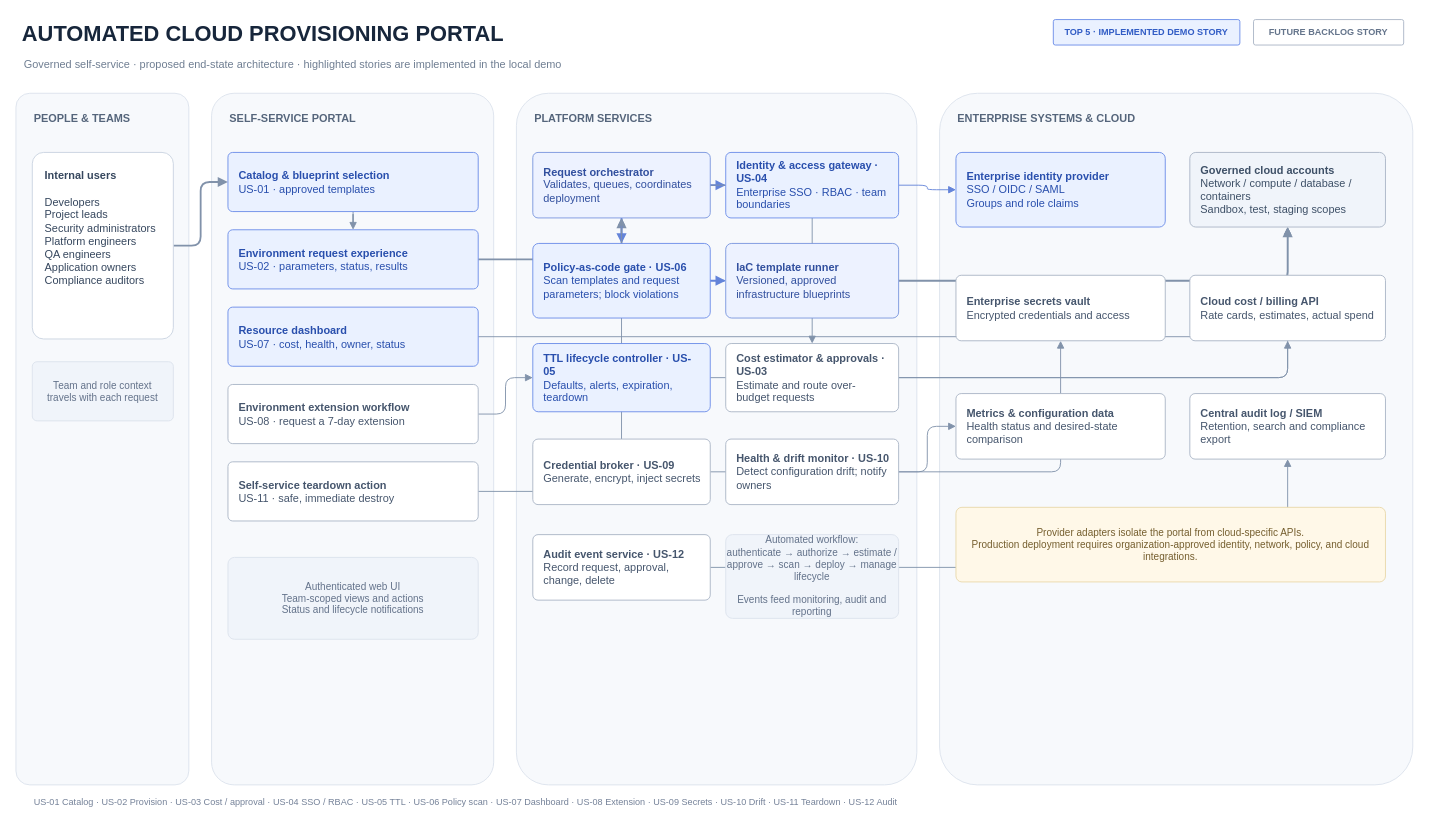
Earlier version of the draw.io diagram Automated Cloud Provisioning Portal Demo/architecture.drawio (RajavelBala/rb_personal_repo). Source tidied: cells renumbered, new cells numbered last; positions are measured from the earlier drawing's top-left corner, leaving out a move shared by most shapes. Both pictures are drawn from the tidied source at 91%, with x=0, y=0 at pixel (15, 15).
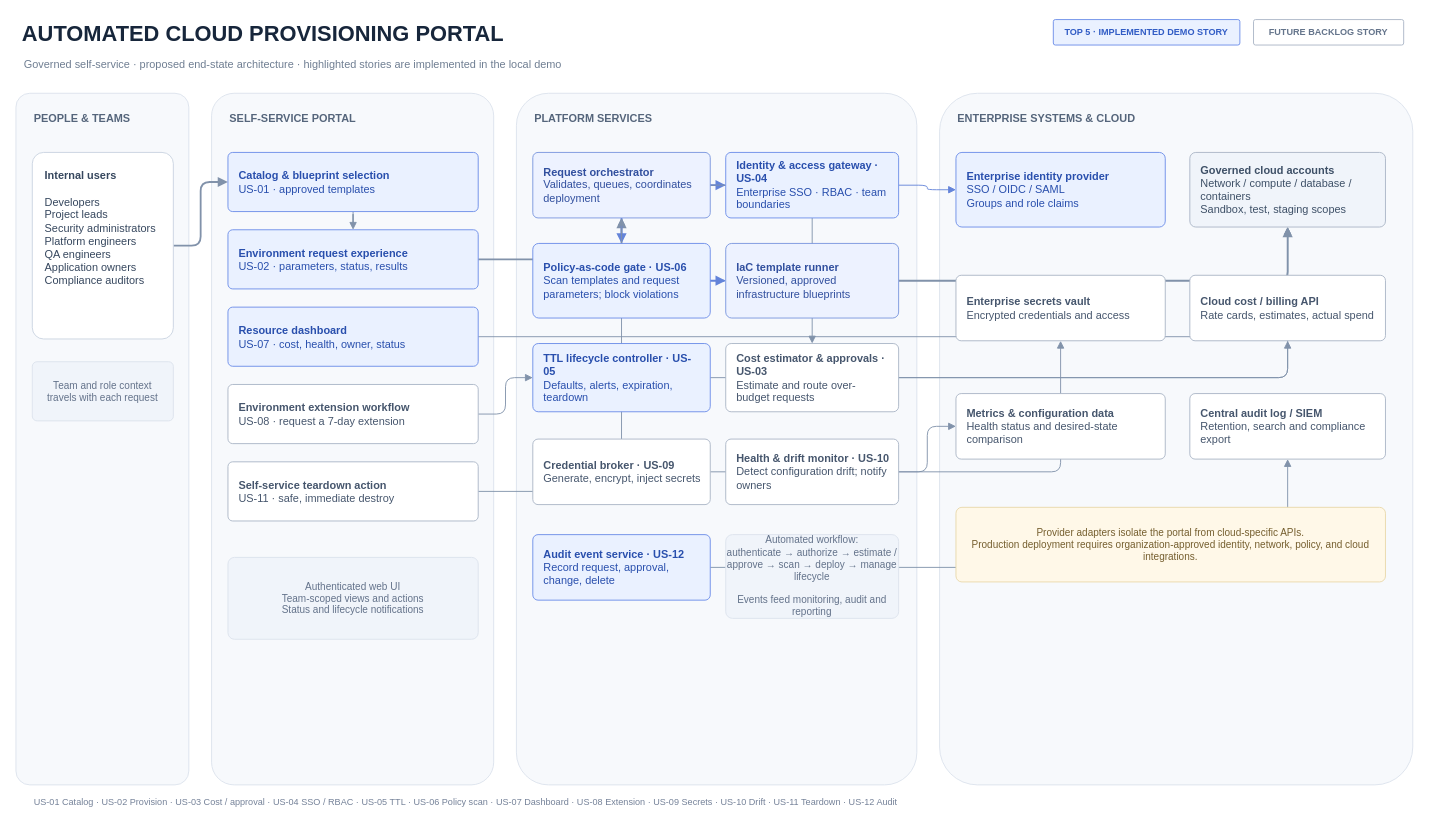
After the change.

Commit message (it also covers changes not shown here):
1.1.1. US-12: System Audit Logging & Compliance Reporting

Diff of the diagram source:
```diff
@@
-    <mxCell id="47" value="&lt;b&gt;Audit event service · US-12&lt;/b&gt;&lt;br&gt;Record request, approval, change, delete" style="rounded=1;whiteSpace=wrap;html=1;fillColor=#FFFFFF;strokeColor=#AAB6C6;fontColor=#46566D;fontSize=12;align=left;spacing=12;arcSize=8;" parent="1" vertex="1">
+    <mxCell id="47" value="&lt;b&gt;Audit event service · US-12&lt;/b&gt;&lt;br&gt;Record request, approval, change, delete" style="rounded=1;whiteSpace=wrap;html=1;fillColor=#EAF1FF;strokeColor=#6C8DE8;fontColor=#294FAD;fontSize=12;align=left;spacing=12;arcSize=8;" parent="1" vertex="1">
       <mxGeometry x="568" y="570" width="195" height="72" as="geometry" />
     </mxCell>
```
